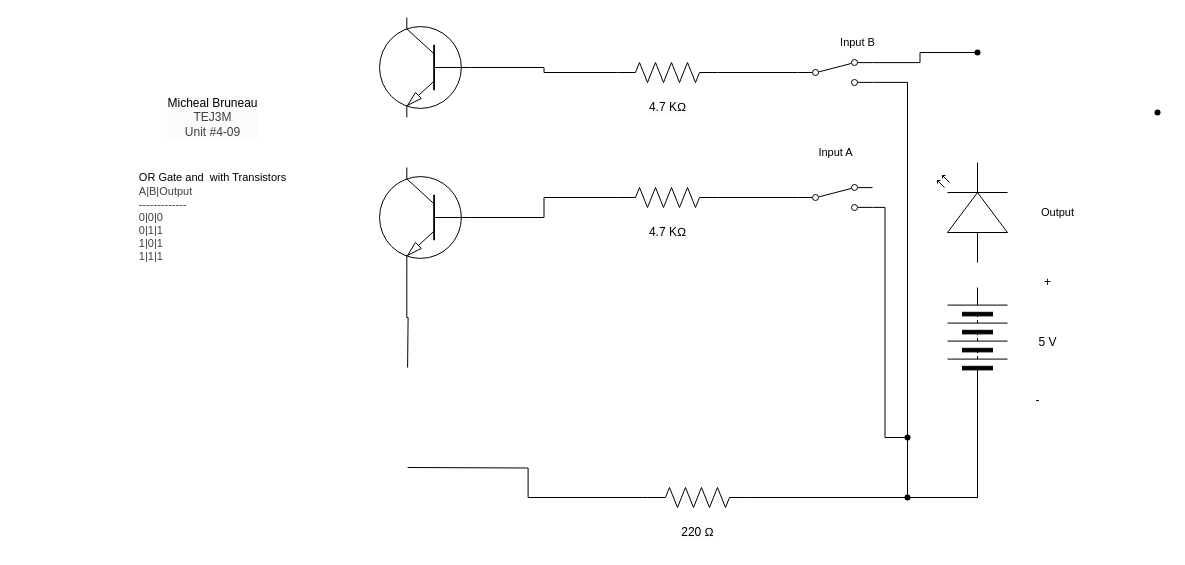
Above: TEJ3M 4-09/schematic diagram.drawio in michael-bruneau/TEJ3M-Unit-4 (draw.io), before the change. Source tidied: cells renumbered, new cells numbered last; positions are measured from the earlier drawing's top-left corner, leaving out a move shared by most shapes. Both pictures are drawn from the tidied source at 100%, with x=0, y=0 at pixel (127, 17).
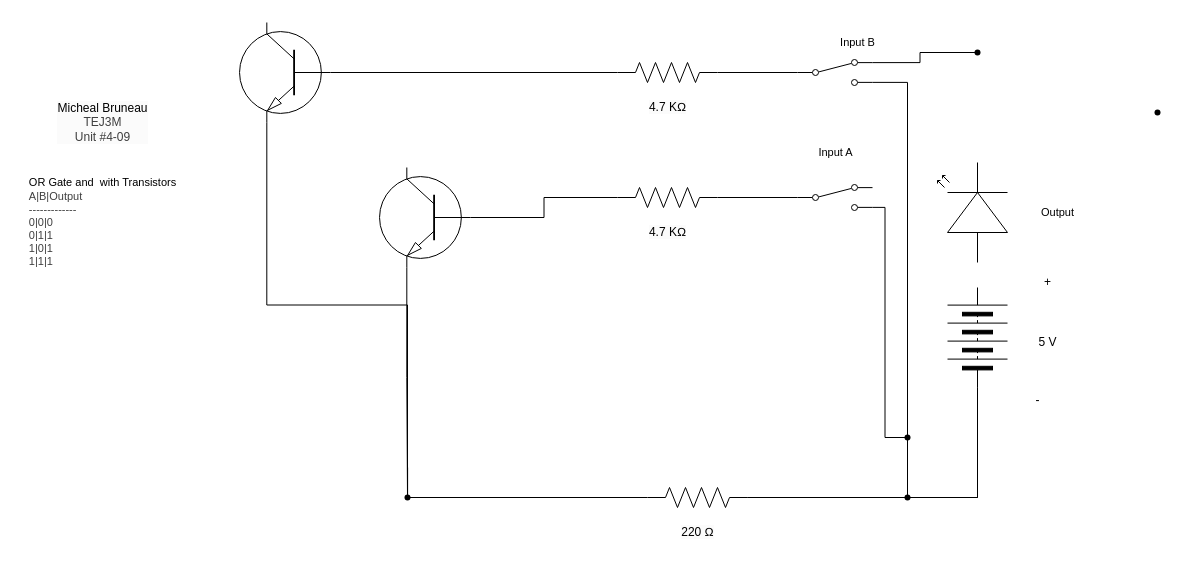
Above is the later version.

Unchanged cells that the change refers to:
```xml
<mxCell id="8" style="verticalLabelPosition=bottom;shadow=0;dashed=0;align=center;html=1;verticalAlign=top;shape=mxgraph.electrical.transistors.npn_transistor_1;rotation=-180;flipV=1;" parent="1" vertex="1">
  <mxGeometry x="250" y="150" width="95" height="100" as="geometry" />
</mxCell>
<mxCell id="12" style="verticalLabelPosition=bottom;shadow=0;dashed=0;align=center;html=1;verticalAlign=top;shape=mxgraph.electrical.resistors.resistor_2;fontFamily=Helvetica;fontSize=11;fontColor=default;labelBackgroundColor=default;" parent="1" vertex="1">
  <mxGeometry x="520" y="470" width="100" height="20" as="geometry" />
</mxCell>
```

Diff of the diagram source:
```diff
@@
     <mxCell id="2" value="&lt;span style=&quot;scrollbar-color: rgb(226, 226, 226) rgb(251, 251, 251); background-color: rgb(251, 251, 251); color: rgb(0, 0, 0);&quot;&gt;Micheal Bruneau&lt;/span&gt;&lt;div style=&quot;scrollbar-color: rgb(226, 226, 226) rgb(251, 251, 251); background-color: rgb(251, 251, 251); color: rgb(63, 63, 63);&quot;&gt;TEJ3M&lt;/div&gt;&lt;div style=&quot;scrollbar-color: rgb(226, 226, 226) rgb(251, 251, 251); background-color: rgb(251, 251, 251); color: rgb(63, 63, 63);&quot;&gt;Unit #4-09&lt;/div&gt;" style="text;html=1;align=center;verticalAlign=middle;strokeColor=none;fillColor=none;" parent="1" vertex="1">
-      <mxGeometry x="30" y="70" width="110" height="60" as="geometry" />
+      <mxGeometry x="-80" y="75" width="110" height="60" as="geometry" />
     </mxCell>
@@
-    <mxCell id="15" style="edgeStyle=orthogonalEdgeStyle;shape=connector;curved=0;rounded=0;html=1;exitX=0.7;exitY=1;exitDx=0;exitDy=0;exitPerimeter=0;entryX=0;entryY=0.57;entryDx=0;entryDy=0;entryPerimeter=0;strokeColor=default;align=center;verticalAlign=middle;fontFamily=Helvetica;fontSize=11;fontColor=default;labelBackgroundColor=default;endArrow=none;endFill=0;" parent="1" edge="1" source="8">
-      <mxGeometry relative="1" as="geometry">
-        <mxPoint x="280.1" y="350" as="targetPoint" />
-      </mxGeometry>
+    <mxCell id="15" style="edgeStyle=orthogonalEdgeStyle;shape=connector;curved=0;rounded=0;html=1;exitX=0.7;exitY=1;exitDx=0;exitDy=0;exitPerimeter=0;strokeColor=default;align=center;verticalAlign=middle;fontFamily=Helvetica;fontSize=11;fontColor=default;labelBackgroundColor=default;endArrow=none;endFill=0;" parent="1" edge="1" source="8" target="38">
+      <mxGeometry relative="1" as="geometry" />
     </mxCell>
     <mxCell id="16" style="edgeStyle=orthogonalEdgeStyle;shape=connector;curved=0;rounded=0;html=1;exitX=1;exitY=0.57;exitDx=0;exitDy=0;exitPerimeter=0;entryX=0;entryY=0.5;entryDx=0;entryDy=0;entryPerimeter=0;strokeColor=default;align=center;verticalAlign=middle;fontFamily=Helvetica;fontSize=11;fontColor=default;labelBackgroundColor=default;endArrow=none;endFill=0;" parent="1" edge="1" target="12">
       <mxGeometry relative="1" as="geometry">
         <mxPoint x="280.1" y="450" as="sourcePoint" />
+        <Array as="points">
+          <mxPoint x="280" y="480" />
+        </Array>
       </mxGeometry>
     </mxCell>
@@
     <mxCell id="25" style="verticalLabelPosition=bottom;shadow=0;dashed=0;align=center;html=1;verticalAlign=top;shape=mxgraph.electrical.transistors.npn_transistor_1;rotation=-180;flipV=1;" parent="1" vertex="1">
-      <mxGeometry x="250" width="95" height="100" as="geometry" />
+      <mxGeometry x="110" y="5" width="95" height="100" as="geometry" />
     </mxCell>
@@
     <mxCell id="36" value="&lt;div style=&quot;scrollbar-color: rgb(226, 226, 226) rgb(251, 251, 251); font-size: 11px; text-align: left; color: rgb(63, 63, 63);&quot;&gt;&lt;font color=&quot;#000000&quot;&gt;&lt;span style=&quot;background-color: rgb(255, 255, 255);&quot;&gt;OR Gate and&amp;nbsp; with Transistors&lt;/span&gt;&lt;/font&gt;&lt;/div&gt;&lt;div style=&quot;scrollbar-color: rgb(226, 226, 226) rgb(251, 251, 251); font-size: 11px; text-align: left; color: rgb(63, 63, 63);&quot;&gt;&lt;span style=&quot;color: light-dark(rgb(63, 63, 63), rgb(183, 183, 183));&quot;&gt;A|B|Output&lt;/span&gt;&lt;/div&gt;&lt;div style=&quot;color: rgb(63, 63, 63); scrollbar-color: rgb(226, 226, 226) rgb(251, 251, 251); font-size: 11px; text-align: left;&quot;&gt;-------------&lt;/div&gt;&lt;div style=&quot;color: rgb(63, 63, 63); scrollbar-color: rgb(226, 226, 226) rgb(251, 251, 251); font-size: 11px; text-align: left;&quot;&gt;0|0|0&lt;/div&gt;&lt;div style=&quot;color: rgb(63, 63, 63); scrollbar-color: rgb(226, 226, 226) rgb(251, 251, 251); font-size: 11px; text-align: left;&quot;&gt;0|1|1&lt;/div&gt;&lt;div style=&quot;color: rgb(63, 63, 63); scrollbar-color: rgb(226, 226, 226) rgb(251, 251, 251); font-size: 11px; text-align: left;&quot;&gt;1|0|1&lt;/div&gt;&lt;div style=&quot;color: rgb(63, 63, 63); scrollbar-color: rgb(226, 226, 226) rgb(251, 251, 251); font-size: 11px; text-align: left;&quot;&gt;1|1|1&lt;/div&gt;" style="text;html=1;align=center;verticalAlign=middle;strokeColor=none;fillColor=none;" parent="1" vertex="1">
-      <mxGeometry y="145" width="170" height="110" as="geometry" />
+      <mxGeometry x="-110" y="150" width="170" height="110" as="geometry" />
     </mxCell>
@@
+    <mxCell id="38" style="shape=waypoint;sketch=0;fillStyle=solid;size=6;points=[];fillColor=none;perimeter=centerPerimeter;snapToPoint=1;" parent="1" vertex="1">
+      <mxGeometry x="270" y="470" width="20" height="20" as="geometry" />
+    </mxCell>
+    <mxCell id="39" style="edgeStyle=orthogonalEdgeStyle;html=1;exitX=0.7;exitY=1;exitDx=0;exitDy=0;exitPerimeter=0;entryX=0.3;entryY=0.9;entryDx=0;entryDy=0;entryPerimeter=0;endArrow=none;endFill=0;rounded=0;" parent="1" edge="1" source="25" target="38">
+      <mxGeometry relative="1" as="geometry" />
+    </mxCell>
```
